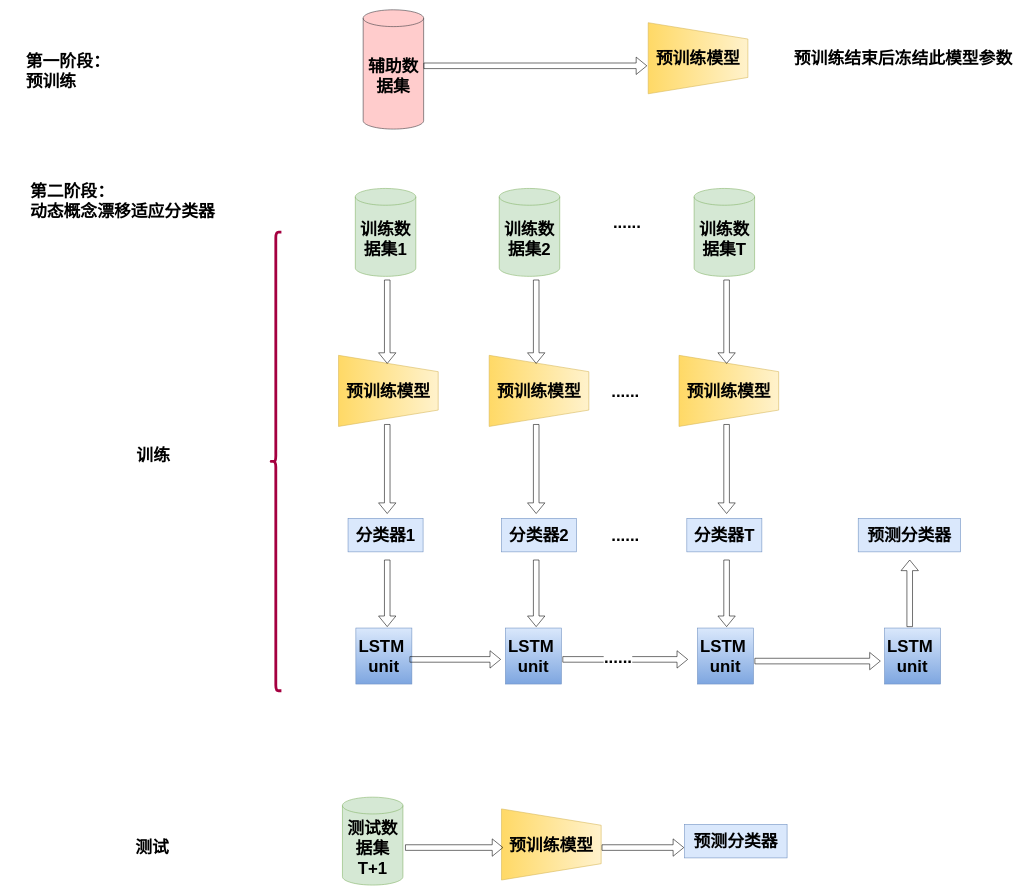
The draw.io diagram 总体框架图.drawio in lilang0710/ll, before the edit. Source tidied: cells renumbered, new cells numbered last; positions are measured from the earlier drawing's top-left corner, leaving out a move shared by most shapes. Both pictures are drawn from the tidied source at 56%, with x=0, y=0 at pixel (25, 10).
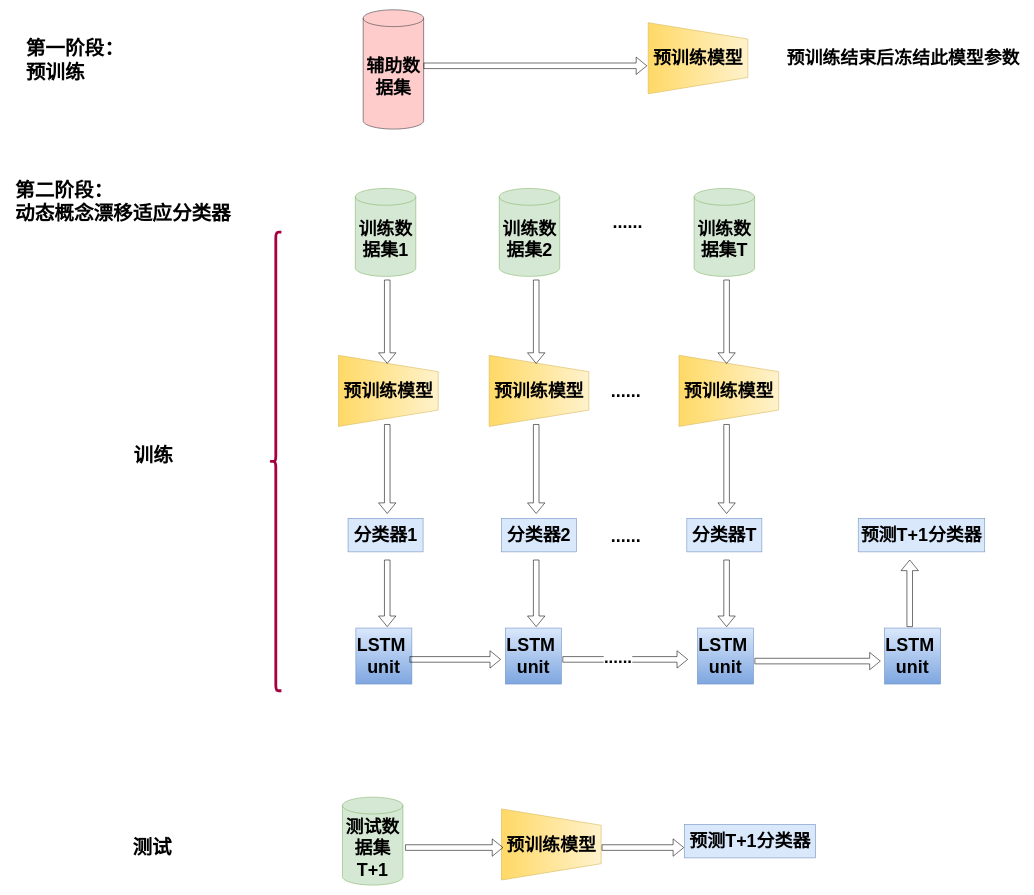
The same diagram, later.

Commit message (it also covers changes not shown here):
更新总体框架图.drawio

What changed in the source:
```diff
@@
-    <mxCell id="2" value="&lt;div align=&quot;left&quot;&gt;&lt;font style=&quot;font-size: 22px;&quot;&gt;&lt;span style=&quot;font-size: 20px;&quot;&gt;&lt;font style=&quot;font-size: 30px;&quot;&gt;&lt;b&gt;第一阶段：&lt;/b&gt;&lt;/font&gt;&lt;/span&gt;&lt;/font&gt;&lt;br&gt;&lt;font style=&quot;font-size: 22px;&quot;&gt;&lt;span style=&quot;font-size: 20px;&quot;&gt;&lt;font style=&quot;font-size: 30px;&quot;&gt;&lt;b&gt;预训练&lt;/b&gt;&lt;/font&gt;&lt;/span&gt;&lt;/font&gt;&lt;br&gt;&lt;font style=&quot;font-size: 22px;&quot;&gt;&lt;span style=&quot;font-size: 20px;&quot;&gt;&lt;/span&gt;&lt;/font&gt;&lt;br&gt;&lt;font style=&quot;font-size: 22px;&quot;&gt;&lt;span style=&quot;font-size: 20px;&quot;&gt;&lt;/span&gt;&lt;/font&gt;&lt;/div&gt;&lt;div align=&quot;left&quot;&gt;&lt;br&gt;&lt;/div&gt;" style="text;html=1;align=left;verticalAlign=middle;strokeColor=none;fillColor=none;" parent="1" vertex="1">
-      <mxGeometry y="68" width="168" height="126" as="geometry" />
+    <mxCell id="2" value="&lt;div style=&quot;font-size: 35px;&quot; align=&quot;left&quot;&gt;&lt;font style=&quot;font-size: 35px;&quot;&gt;&lt;font style=&quot;font-size: 35px;&quot;&gt;&lt;b&gt;第一阶段：&lt;/b&gt;&lt;/font&gt;&lt;br&gt;&lt;font style=&quot;font-size: 35px;&quot;&gt;&lt;font style=&quot;font-size: 35px;&quot;&gt;&lt;b&gt;预训练&lt;/b&gt;&lt;/font&gt;&lt;/font&gt;&lt;br&gt;&lt;br&gt;&lt;/font&gt;&lt;/div&gt;&lt;div style=&quot;font-size: 35px;&quot; align=&quot;left&quot;&gt;&lt;font style=&quot;font-size: 35px;&quot;&gt;&lt;br&gt;&lt;/font&gt;&lt;/div&gt;" style="text;html=1;align=left;verticalAlign=middle;strokeColor=none;fillColor=none;" parent="1" vertex="1">
+      <mxGeometry y="41" width="193" height="181" as="geometry" />
     </mxCell>
-    <mxCell id="3" value="&lt;div align=&quot;left&quot;&gt;&lt;font style=&quot;font-size: 23px;&quot;&gt;&lt;b style=&quot;font-size: 30px;&quot;&gt;&lt;font style=&quot;font-size: 30px;&quot;&gt;第二阶段：&lt;/font&gt;&lt;/b&gt;&lt;/font&gt;&lt;br&gt;&lt;font style=&quot;font-size: 23px;&quot;&gt;&lt;b style=&quot;font-size: 30px;&quot;&gt;&lt;font style=&quot;font-size: 30px;&quot;&gt;动态概念漂移适应分类器&lt;/font&gt;&lt;/b&gt;&lt;/font&gt;&lt;br&gt;&lt;/div&gt;" style="text;html=1;align=center;verticalAlign=middle;strokeColor=none;fillColor=none;" parent="1" vertex="1">
-      <mxGeometry y="299" width="348" height="84" as="geometry" />
+    <mxCell id="3" value="&lt;div style=&quot;font-size: 35px;&quot; align=&quot;left&quot;&gt;&lt;font style=&quot;font-size: 35px;&quot;&gt;&lt;b&gt;&lt;font style=&quot;font-size: 35px;&quot;&gt;第二阶段：&lt;/font&gt;&lt;/b&gt;&lt;br&gt;&lt;font style=&quot;font-size: 35px;&quot;&gt;&lt;b&gt;&lt;font style=&quot;font-size: 35px;&quot;&gt;动态概念漂移适应分类器&lt;/font&gt;&lt;/b&gt;&lt;/font&gt;&lt;br&gt;&lt;/font&gt;&lt;/div&gt;" style="text;html=1;align=center;verticalAlign=middle;strokeColor=none;fillColor=none;" parent="1" vertex="1">
+      <mxGeometry x="-27" y="293" width="403" height="97" as="geometry" />
     </mxCell>
-    <mxCell id="4" value="&lt;font size=&quot;1&quot;&gt;&lt;b style=&quot;font-size: 30px;&quot;&gt;辅助数据集&lt;/b&gt;&lt;/font&gt;" style="shape=cylinder3;whiteSpace=wrap;html=1;boundedLbl=1;backgroundOutline=1;size=15;fillColor=#ffcccc;strokeColor=#36393d;" parent="1" vertex="1">
+    <mxCell id="4" value="&lt;font size=&quot;1&quot;&gt;&lt;b style=&quot;font-size: 32px;&quot;&gt;辅助数据集&lt;/b&gt;&lt;/font&gt;" style="shape=cylinder3;whiteSpace=wrap;html=1;boundedLbl=1;backgroundOutline=1;size=15;fillColor=#ffcccc;strokeColor=#36393d;" parent="1" vertex="1">
       <mxGeometry x="604" width="108" height="213" as="geometry" />
     </mxCell>
-    <mxCell id="5" value="&lt;font size=&quot;1&quot;&gt;&lt;b style=&quot;font-size: 30px;&quot;&gt;预训练模型&lt;/b&gt;&lt;/font&gt;" style="verticalLabelPosition=middle;verticalAlign=middle;html=1;shape=trapezoid;perimeter=trapezoidPerimeter;whiteSpace=wrap;size=0.23;arcSize=10;flipV=1;labelPosition=center;align=center;direction=south;fillColor=#fff2cc;gradientColor=#ffd966;strokeColor=#d6b656;" parent="1" vertex="1">
+    <mxCell id="5" value="&lt;font size=&quot;1&quot;&gt;&lt;b style=&quot;font-size: 32px;&quot;&gt;预训练模型&lt;/b&gt;&lt;/font&gt;" style="verticalLabelPosition=middle;verticalAlign=middle;html=1;shape=trapezoid;perimeter=trapezoidPerimeter;whiteSpace=wrap;size=0.23;arcSize=10;flipV=1;labelPosition=center;align=center;direction=south;fillColor=#fff2cc;gradientColor=#ffd966;strokeColor=#d6b656;" parent="1" vertex="1">
       <mxGeometry x="1113" y="23" width="178" height="127" as="geometry" />
     </mxCell>
@@
-    <mxCell id="7" value="&lt;font size=&quot;1&quot;&gt;&lt;b style=&quot;font-size: 30px;&quot;&gt;训练数据集1&lt;/b&gt;&lt;/font&gt;" style="shape=cylinder3;whiteSpace=wrap;html=1;boundedLbl=1;backgroundOutline=1;size=15;fillColor=#d5e8d4;strokeColor=#82b366;" parent="1" vertex="1">
+    <mxCell id="7" value="&lt;font size=&quot;1&quot;&gt;&lt;b style=&quot;font-size: 32px;&quot;&gt;训练数据集1&lt;/b&gt;&lt;/font&gt;" style="shape=cylinder3;whiteSpace=wrap;html=1;boundedLbl=1;backgroundOutline=1;size=15;fillColor=#d5e8d4;strokeColor=#82b366;" parent="1" vertex="1">
       <mxGeometry x="590" y="319" width="108" height="157" as="geometry" />
     </mxCell>
-    <mxCell id="8" value="&lt;font size=&quot;1&quot;&gt;&lt;b style=&quot;font-size: 30px;&quot;&gt;训练&lt;/b&gt;&lt;/font&gt;" style="text;html=1;align=center;verticalAlign=middle;strokeColor=none;fillColor=none;" parent="1" vertex="1">
-      <mxGeometry x="190" y="771" width="78" height="48" as="geometry" />
+    <mxCell id="8" value="&lt;font size=&quot;1&quot;&gt;&lt;b style=&quot;font-size: 35px;&quot;&gt;训练&lt;/b&gt;&lt;/font&gt;" style="text;html=1;align=center;verticalAlign=middle;strokeColor=none;fillColor=none;" parent="1" vertex="1">
+      <mxGeometry x="185" y="768" width="88" height="54" as="geometry" />
     </mxCell>
-    <mxCell id="9" value="&lt;font size=&quot;1&quot;&gt;&lt;b style=&quot;font-size: 30px;&quot;&gt;测试&lt;/b&gt;&lt;/font&gt;" style="text;html=1;align=center;verticalAlign=middle;strokeColor=none;fillColor=none;" parent="1" vertex="1">
-      <mxGeometry x="188" y="1471" width="78" height="48" as="geometry" />
+    <mxCell id="9" value="&lt;font size=&quot;1&quot;&gt;&lt;b style=&quot;font-size: 35px;&quot;&gt;测试&lt;/b&gt;&lt;/font&gt;" style="text;html=1;align=center;verticalAlign=middle;strokeColor=none;fillColor=none;" parent="1" vertex="1">
+      <mxGeometry x="183" y="1468" width="88" height="54" as="geometry" />
     </mxCell>
-    <mxCell id="10" value="&lt;font size=&quot;1&quot;&gt;&lt;b style=&quot;font-size: 30px;&quot;&gt;训练数据集2&lt;/b&gt;&lt;/font&gt;" style="shape=cylinder3;whiteSpace=wrap;html=1;boundedLbl=1;backgroundOutline=1;size=15;fillColor=#d5e8d4;strokeColor=#82b366;" parent="1" vertex="1">
+    <mxCell id="10" value="&lt;font size=&quot;1&quot;&gt;&lt;b style=&quot;font-size: 32px;&quot;&gt;训练数据集2&lt;/b&gt;&lt;/font&gt;" style="shape=cylinder3;whiteSpace=wrap;html=1;boundedLbl=1;backgroundOutline=1;size=15;fillColor=#d5e8d4;strokeColor=#82b366;" parent="1" vertex="1">
       <mxGeometry x="847" y="319" width="108" height="157" as="geometry" />
     </mxCell>
-    <mxCell id="11" value="&lt;font size=&quot;1&quot;&gt;&lt;b style=&quot;font-size: 30px;&quot;&gt;训练数据集T&lt;/b&gt;&lt;/font&gt;" style="shape=cylinder3;whiteSpace=wrap;html=1;boundedLbl=1;backgroundOutline=1;size=15;fillColor=#d5e8d4;strokeColor=#82b366;" parent="1" vertex="1">
+    <mxCell id="11" value="&lt;font size=&quot;1&quot;&gt;&lt;b style=&quot;font-size: 32px;&quot;&gt;训练数据集T&lt;/b&gt;&lt;/font&gt;" style="shape=cylinder3;whiteSpace=wrap;html=1;boundedLbl=1;backgroundOutline=1;size=15;fillColor=#d5e8d4;strokeColor=#82b366;" parent="1" vertex="1">
       <mxGeometry x="1195" y="319" width="108" height="157" as="geometry" />
     </mxCell>
-    <mxCell id="12" value="&lt;font size=&quot;1&quot;&gt;&lt;b style=&quot;font-size: 30px;&quot;&gt;分类器1&lt;/b&gt;&lt;/font&gt;" style="rounded=0;whiteSpace=wrap;html=1;fillColor=#dae8fc;strokeColor=#6c8ebf;" parent="1" vertex="1">
+    <mxCell id="12" value="&lt;font size=&quot;1&quot;&gt;&lt;b style=&quot;font-size: 32px;&quot;&gt;分类器1&lt;/b&gt;&lt;/font&gt;" style="rounded=0;whiteSpace=wrap;html=1;fillColor=#dae8fc;strokeColor=#6c8ebf;" parent="1" vertex="1">
       <mxGeometry x="577" y="908" width="134" height="60" as="geometry" />
     </mxCell>
-    <mxCell id="13" value="&lt;font size=&quot;1&quot;&gt;&lt;b style=&quot;font-size: 30px;&quot;&gt;分类器2&lt;/b&gt;&lt;/font&gt;" style="rounded=0;whiteSpace=wrap;html=1;fillColor=#dae8fc;strokeColor=#6c8ebf;" parent="1" vertex="1">
+    <mxCell id="13" value="&lt;font size=&quot;1&quot;&gt;&lt;b style=&quot;font-size: 32px;&quot;&gt;分类器2&lt;/b&gt;&lt;/font&gt;" style="rounded=0;whiteSpace=wrap;html=1;fillColor=#dae8fc;strokeColor=#6c8ebf;" parent="1" vertex="1">
       <mxGeometry x="851" y="908" width="134" height="60" as="geometry" />
     </mxCell>
-    <mxCell id="14" value="&lt;font size=&quot;1&quot;&gt;&lt;b style=&quot;font-size: 30px;&quot;&gt;分类器T&lt;/b&gt;&lt;/font&gt;" style="rounded=0;whiteSpace=wrap;html=1;fillColor=#dae8fc;strokeColor=#6c8ebf;" parent="1" vertex="1">
+    <mxCell id="14" value="&lt;font size=&quot;1&quot;&gt;&lt;b style=&quot;font-size: 32px;&quot;&gt;分类器T&lt;/b&gt;&lt;/font&gt;" style="rounded=0;whiteSpace=wrap;html=1;fillColor=#dae8fc;strokeColor=#6c8ebf;" parent="1" vertex="1">
       <mxGeometry x="1182" y="908" width="134" height="60" as="geometry" />
     </mxCell>
-    <mxCell id="15" value="&lt;font style=&quot;font-size: 30px;&quot;&gt;&lt;b&gt;测试数据集T+1&lt;/b&gt;&lt;/font&gt;" style="shape=cylinder3;whiteSpace=wrap;html=1;boundedLbl=1;backgroundOutline=1;size=15;fillColor=#d5e8d4;strokeColor=#82b366;" parent="1" vertex="1">
+    <mxCell id="15" value="&lt;font size=&quot;1&quot;&gt;&lt;b style=&quot;font-size: 32px;&quot;&gt;测试数据集T+1&lt;/b&gt;&lt;/font&gt;" style="shape=cylinder3;whiteSpace=wrap;html=1;boundedLbl=1;backgroundOutline=1;size=15;fillColor=#d5e8d4;strokeColor=#82b366;" parent="1" vertex="1">
       <mxGeometry x="567" y="1406" width="108" height="157" as="geometry" />
     </mxCell>
-    <mxCell id="16" value="&lt;font size=&quot;1&quot;&gt;&lt;b style=&quot;font-size: 30px;&quot;&gt;预训练模型&lt;/b&gt;&lt;/font&gt;" style="verticalLabelPosition=middle;verticalAlign=middle;html=1;shape=trapezoid;perimeter=trapezoidPerimeter;whiteSpace=wrap;size=0.23;arcSize=10;flipV=1;labelPosition=center;align=center;direction=south;fillColor=#fff2cc;gradientColor=#ffd966;strokeColor=#d6b656;" parent="1" vertex="1">
+    <mxCell id="16" value="&lt;font size=&quot;1&quot;&gt;&lt;b style=&quot;font-size: 32px;&quot;&gt;预训练模型&lt;/b&gt;&lt;/font&gt;" style="verticalLabelPosition=middle;verticalAlign=middle;html=1;shape=trapezoid;perimeter=trapezoidPerimeter;whiteSpace=wrap;size=0.23;arcSize=10;flipV=1;labelPosition=center;align=center;direction=south;fillColor=#fff2cc;gradientColor=#ffd966;strokeColor=#d6b656;" parent="1" vertex="1">
       <mxGeometry x="560" y="617" width="178" height="127" as="geometry" />
     </mxCell>
-    <mxCell id="17" value="&lt;font style=&quot;font-size: 30px;&quot;&gt;&lt;b&gt;...&lt;font style=&quot;font-size: 30px;&quot;&gt;...&lt;/font&gt;&lt;/b&gt;&lt;/font&gt;" style="text;html=1;align=center;verticalAlign=middle;strokeColor=none;fillColor=none;fontSize=18;" parent="1" vertex="1">
-      <mxGeometry x="1041" y="355" width="68" height="48" as="geometry" />
+    <mxCell id="17" value="&lt;font style=&quot;font-size: 32px;&quot;&gt;&lt;b&gt;...&lt;font style=&quot;font-size: 32px;&quot;&gt;...&lt;/font&gt;&lt;/b&gt;&lt;/font&gt;" style="text;html=1;align=center;verticalAlign=middle;strokeColor=none;fillColor=none;fontSize=18;" parent="1" vertex="1">
+      <mxGeometry x="1040" y="354" width="71" height="51" as="geometry" />
     </mxCell>
@@
-    <mxCell id="19" value="&lt;div style=&quot;font-size: 30px;&quot;&gt;&lt;font style=&quot;font-size: 30px;&quot;&gt;&lt;b&gt;&lt;font style=&quot;font-size: 30px;&quot;&gt;LSTM&amp;nbsp;&lt;/font&gt;&lt;/b&gt;&lt;/font&gt;&lt;/div&gt;&lt;div style=&quot;font-size: 30px;&quot;&gt;&lt;font style=&quot;font-size: 30px;&quot;&gt;&lt;b&gt;&lt;font style=&quot;font-size: 30px;&quot;&gt;unit &lt;br&gt;&lt;/font&gt;&lt;/b&gt;&lt;/font&gt;&lt;/div&gt;" style="whiteSpace=wrap;html=1;fillColor=#dae8fc;strokeColor=#6c8ebf;gradientColor=#7ea6e0;" parent="1" vertex="1">
+    <mxCell id="19" value="&lt;div style=&quot;font-size: 32px;&quot;&gt;&lt;font style=&quot;font-size: 32px;&quot;&gt;&lt;b&gt;&lt;font style=&quot;font-size: 32px;&quot;&gt;LSTM&amp;nbsp;&lt;/font&gt;&lt;/b&gt;&lt;/font&gt;&lt;/div&gt;&lt;div style=&quot;font-size: 32px;&quot;&gt;&lt;font style=&quot;font-size: 32px;&quot;&gt;&lt;b&gt;&lt;font style=&quot;font-size: 32px;&quot;&gt;unit &lt;br&gt;&lt;/font&gt;&lt;/b&gt;&lt;/font&gt;&lt;/div&gt;" style="whiteSpace=wrap;html=1;fillColor=#dae8fc;strokeColor=#6c8ebf;gradientColor=#7ea6e0;" parent="1" vertex="1">
       <mxGeometry x="858" y="1104" width="100" height="100" as="geometry" />
     </mxCell>
-    <mxCell id="20" value="&lt;div align=&quot;center&quot; style=&quot;font-size: 30px;&quot;&gt;&lt;font style=&quot;font-size: 30px;&quot;&gt;&lt;b&gt;&lt;font style=&quot;font-size: 30px;&quot;&gt;LSTM&amp;nbsp;&lt;/font&gt;&lt;/b&gt;&lt;/font&gt;&lt;/div&gt;&lt;div align=&quot;center&quot; style=&quot;font-size: 30px;&quot;&gt;&lt;font style=&quot;font-size: 30px;&quot;&gt;&lt;b&gt;&lt;font style=&quot;font-size: 30px;&quot;&gt;unit &lt;br&gt;&lt;/font&gt;&lt;/b&gt;&lt;/font&gt;&lt;/div&gt;" style="whiteSpace=wrap;html=1;fillColor=#dae8fc;strokeColor=#6c8ebf;gradientColor=#7ea6e0;align=center;" parent="1" vertex="1">
+    <mxCell id="20" value="&lt;div style=&quot;font-size: 32px;&quot; align=&quot;center&quot;&gt;&lt;font style=&quot;font-size: 32px;&quot;&gt;&lt;b&gt;&lt;font style=&quot;font-size: 32px;&quot;&gt;LSTM&amp;nbsp;&lt;/font&gt;&lt;/b&gt;&lt;/font&gt;&lt;/div&gt;&lt;div style=&quot;font-size: 32px;&quot; align=&quot;center&quot;&gt;&lt;font style=&quot;font-size: 32px;&quot;&gt;&lt;b&gt;&lt;font style=&quot;font-size: 32px;&quot;&gt;unit &lt;br&gt;&lt;/font&gt;&lt;/b&gt;&lt;/font&gt;&lt;/div&gt;" style="whiteSpace=wrap;html=1;fillColor=#dae8fc;strokeColor=#6c8ebf;gradientColor=#7ea6e0;align=center;" parent="1" vertex="1">
       <mxGeometry x="591" y="1104" width="100" height="100" as="geometry" />
     </mxCell>
-    <mxCell id="21" value="&lt;div style=&quot;font-size: 30px;&quot;&gt;&lt;font style=&quot;font-size: 30px;&quot;&gt;&lt;b&gt;&lt;font style=&quot;font-size: 30px;&quot;&gt;LSTM&amp;nbsp;&lt;/font&gt;&lt;/b&gt;&lt;/font&gt;&lt;/div&gt;&lt;div style=&quot;font-size: 30px;&quot;&gt;&lt;font style=&quot;font-size: 30px;&quot;&gt;&lt;b&gt;&lt;font style=&quot;font-size: 30px;&quot;&gt;unit &lt;br&gt;&lt;/font&gt;&lt;/b&gt;&lt;/font&gt;&lt;/div&gt;" style="whiteSpace=wrap;html=1;fillColor=#dae8fc;strokeColor=#6c8ebf;gradientColor=#7ea6e0;" parent="1" vertex="1">
+    <mxCell id="21" value="&lt;div style=&quot;font-size: 32px;&quot;&gt;&lt;font style=&quot;font-size: 32px;&quot;&gt;&lt;b&gt;&lt;font style=&quot;font-size: 32px;&quot;&gt;LSTM&amp;nbsp;&lt;/font&gt;&lt;/b&gt;&lt;/font&gt;&lt;/div&gt;&lt;div style=&quot;font-size: 32px;&quot;&gt;&lt;font style=&quot;font-size: 32px;&quot;&gt;&lt;b&gt;&lt;font style=&quot;font-size: 32px;&quot;&gt;unit &lt;br&gt;&lt;/font&gt;&lt;/b&gt;&lt;/font&gt;&lt;/div&gt;" style="whiteSpace=wrap;html=1;fillColor=#dae8fc;strokeColor=#6c8ebf;gradientColor=#7ea6e0;" parent="1" vertex="1">
       <mxGeometry x="1201" y="1104" width="100" height="100" as="geometry" />
     </mxCell>
-    <mxCell id="22" value="&lt;div style=&quot;font-size: 30px;&quot;&gt;&lt;font style=&quot;font-size: 30px;&quot;&gt;&lt;b&gt;&lt;font style=&quot;font-size: 30px;&quot;&gt;LSTM&amp;nbsp;&lt;/font&gt;&lt;/b&gt;&lt;/font&gt;&lt;/div&gt;&lt;div style=&quot;font-size: 30px;&quot;&gt;&lt;font style=&quot;font-size: 30px;&quot;&gt;&lt;b&gt;&lt;font style=&quot;font-size: 30px;&quot;&gt;unit &lt;br&gt;&lt;/font&gt;&lt;/b&gt;&lt;/font&gt;&lt;/div&gt;" style="whiteSpace=wrap;html=1;fillColor=#dae8fc;strokeColor=#6c8ebf;gradientColor=#7ea6e0;" parent="1" vertex="1">
+    <mxCell id="22" value="&lt;div style=&quot;font-size: 32px;&quot;&gt;&lt;font style=&quot;font-size: 32px;&quot;&gt;&lt;b&gt;&lt;font style=&quot;font-size: 32px;&quot;&gt;LSTM&amp;nbsp;&lt;/font&gt;&lt;/b&gt;&lt;/font&gt;&lt;/div&gt;&lt;div style=&quot;font-size: 32px;&quot;&gt;&lt;font style=&quot;font-size: 32px;&quot;&gt;&lt;b&gt;&lt;font style=&quot;font-size: 32px;&quot;&gt;unit &lt;br&gt;&lt;/font&gt;&lt;/b&gt;&lt;/font&gt;&lt;/div&gt;" style="whiteSpace=wrap;html=1;fillColor=#dae8fc;strokeColor=#6c8ebf;gradientColor=#7ea6e0;" parent="1" vertex="1">
       <mxGeometry x="1535" y="1104" width="100" height="100" as="geometry" />
     </mxCell>
-    <mxCell id="23" value="&lt;b&gt;&lt;font style=&quot;font-size: 30px;&quot;&gt;预测分类器&lt;/font&gt;&lt;/b&gt;" style="rounded=0;whiteSpace=wrap;html=1;fillColor=#dae8fc;strokeColor=#6c8ebf;" parent="1" vertex="1">
-      <mxGeometry x="1488" y="908" width="183" height="60" as="geometry" />
+    <mxCell id="23" value="&lt;font size=&quot;1&quot;&gt;&lt;b&gt;&lt;font style=&quot;font-size: 32px;&quot;&gt;预测T+1分类器&lt;/font&gt;&lt;/b&gt;&lt;/font&gt;" style="rounded=0;whiteSpace=wrap;html=1;fillColor=#dae8fc;strokeColor=#6c8ebf;" parent="1" vertex="1">
+      <mxGeometry x="1488" y="908" width="226" height="60" as="geometry" />
     </mxCell>
-    <mxCell id="24" value="&lt;font size=&quot;1&quot;&gt;&lt;b style=&quot;font-size: 30px;&quot;&gt;预训练模型&lt;/b&gt;&lt;/font&gt;" style="verticalLabelPosition=middle;verticalAlign=middle;html=1;shape=trapezoid;perimeter=trapezoidPerimeter;whiteSpace=wrap;size=0.23;arcSize=10;flipV=1;labelPosition=center;align=center;direction=south;fillColor=#fff2cc;gradientColor=#ffd966;strokeColor=#d6b656;" parent="1" vertex="1">
+    <mxCell id="24" value="&lt;font size=&quot;1&quot;&gt;&lt;b style=&quot;font-size: 32px;&quot;&gt;预训练模型&lt;/b&gt;&lt;/font&gt;" style="verticalLabelPosition=middle;verticalAlign=middle;html=1;shape=trapezoid;perimeter=trapezoidPerimeter;whiteSpace=wrap;size=0.23;arcSize=10;flipV=1;labelPosition=center;align=center;direction=south;fillColor=#fff2cc;gradientColor=#ffd966;strokeColor=#d6b656;" parent="1" vertex="1">
       <mxGeometry x="851" y="1427" width="178" height="127" as="geometry" />
     </mxCell>
-    <mxCell id="25" value="&lt;b&gt;&lt;font style=&quot;font-size: 30px;&quot;&gt;预测分类器&lt;/font&gt;&lt;/b&gt;" style="rounded=0;whiteSpace=wrap;html=1;fillColor=#dae8fc;strokeColor=#6c8ebf;" parent="1" vertex="1">
-      <mxGeometry x="1178" y="1454.5" width="183" height="60" as="geometry" />
+    <mxCell id="25" value="&lt;font size=&quot;1&quot;&gt;&lt;b&gt;&lt;font style=&quot;font-size: 32px;&quot;&gt;预测T+1分类器&lt;/font&gt;&lt;/b&gt;&lt;/font&gt;" style="rounded=0;whiteSpace=wrap;html=1;fillColor=#dae8fc;strokeColor=#6c8ebf;" parent="1" vertex="1">
+      <mxGeometry x="1178" y="1454.5" width="234" height="60" as="geometry" />
     </mxCell>
-    <mxCell id="26" value="&lt;font style=&quot;font-size: 30px;&quot;&gt;&lt;b&gt;预训练结束后冻结此模型参数&lt;/b&gt;&lt;/font&gt;" style="text;html=1;align=center;verticalAlign=middle;strokeColor=none;fillColor=none;" parent="1" vertex="1">
-      <mxGeometry x="1364" y="62.5" width="408" height="48" as="geometry" />
+    <mxCell id="26" value="&lt;font size=&quot;1&quot;&gt;&lt;b style=&quot;font-size: 32px;&quot;&gt;预训练结束后冻结此模型参数&lt;/b&gt;&lt;/font&gt;" style="text;html=1;align=center;verticalAlign=middle;strokeColor=none;fillColor=none;" parent="1" vertex="1">
+      <mxGeometry x="1351" y="61.5" width="434" height="50" as="geometry" />
     </mxCell>
-    <mxCell id="27" value="&lt;font size=&quot;1&quot;&gt;&lt;b style=&quot;font-size: 30px;&quot;&gt;预训练模型&lt;/b&gt;&lt;/font&gt;" style="verticalLabelPosition=middle;verticalAlign=middle;html=1;shape=trapezoid;perimeter=trapezoidPerimeter;whiteSpace=wrap;size=0.23;arcSize=10;flipV=1;labelPosition=center;align=center;direction=south;fillColor=#fff2cc;gradientColor=#ffd966;strokeColor=#d6b656;" parent="1" vertex="1">
+    <mxCell id="27" value="&lt;font size=&quot;1&quot;&gt;&lt;b style=&quot;font-size: 32px;&quot;&gt;预训练模型&lt;/b&gt;&lt;/font&gt;" style="verticalLabelPosition=middle;verticalAlign=middle;html=1;shape=trapezoid;perimeter=trapezoidPerimeter;whiteSpace=wrap;size=0.23;arcSize=10;flipV=1;labelPosition=center;align=center;direction=south;fillColor=#fff2cc;gradientColor=#ffd966;strokeColor=#d6b656;" parent="1" vertex="1">
       <mxGeometry x="829" y="617" width="178" height="127" as="geometry" />
     </mxCell>
-    <mxCell id="28" value="&lt;font size=&quot;1&quot;&gt;&lt;b style=&quot;font-size: 30px;&quot;&gt;预训练模型&lt;/b&gt;&lt;/font&gt;" style="verticalLabelPosition=middle;verticalAlign=middle;html=1;shape=trapezoid;perimeter=trapezoidPerimeter;whiteSpace=wrap;size=0.23;arcSize=10;flipV=1;labelPosition=center;align=center;direction=south;fillColor=#fff2cc;gradientColor=#ffd966;strokeColor=#d6b656;" parent="1" vertex="1">
+    <mxCell id="28" value="&lt;font size=&quot;1&quot;&gt;&lt;b style=&quot;font-size: 32px;&quot;&gt;预训练模型&lt;/b&gt;&lt;/font&gt;" style="verticalLabelPosition=middle;verticalAlign=middle;html=1;shape=trapezoid;perimeter=trapezoidPerimeter;whiteSpace=wrap;size=0.23;arcSize=10;flipV=1;labelPosition=center;align=center;direction=south;fillColor=#fff2cc;gradientColor=#ffd966;strokeColor=#d6b656;" parent="1" vertex="1">
       <mxGeometry x="1168" y="617" width="178" height="127" as="geometry" />
     </mxCell>
@@
-    <mxCell id="31" value="&lt;font style=&quot;font-size: 30px;&quot;&gt;&lt;b&gt;...&lt;font style=&quot;font-size: 30px;&quot;&gt;...&lt;/font&gt;&lt;/b&gt;&lt;/font&gt;" style="text;html=1;align=center;verticalAlign=middle;strokeColor=none;fillColor=none;fontSize=18;" parent="1" vertex="1">
-      <mxGeometry x="1038" y="656.5" width="68" height="48" as="geometry" />
+    <mxCell id="31" value="&lt;font style=&quot;font-size: 32px;&quot;&gt;&lt;b&gt;...&lt;font style=&quot;font-size: 32px;&quot;&gt;...&lt;/font&gt;&lt;/b&gt;&lt;/font&gt;" style="text;html=1;align=center;verticalAlign=middle;strokeColor=none;fillColor=none;fontSize=18;" parent="1" vertex="1">
+      <mxGeometry x="1037" y="655.5" width="71" height="51" as="geometry" />
     </mxCell>
-    <mxCell id="32" value="&lt;font style=&quot;font-size: 30px;&quot;&gt;&lt;b&gt;...&lt;font style=&quot;font-size: 30px;&quot;&gt;...&lt;/font&gt;&lt;/b&gt;&lt;/font&gt;" style="text;html=1;align=center;verticalAlign=middle;strokeColor=none;fillColor=none;fontSize=18;" parent="1" vertex="1">
-      <mxGeometry x="1038" y="914" width="68" height="48" as="geometry" />
+    <mxCell id="32" value="&lt;font style=&quot;font-size: 32px;&quot;&gt;&lt;b&gt;...&lt;font style=&quot;font-size: 32px;&quot;&gt;...&lt;/font&gt;&lt;/b&gt;&lt;/font&gt;" style="text;html=1;align=center;verticalAlign=middle;strokeColor=none;fillColor=none;fontSize=18;" parent="1" vertex="1">
+      <mxGeometry x="1037" y="913" width="71" height="51" as="geometry" />
     </mxCell>
```
